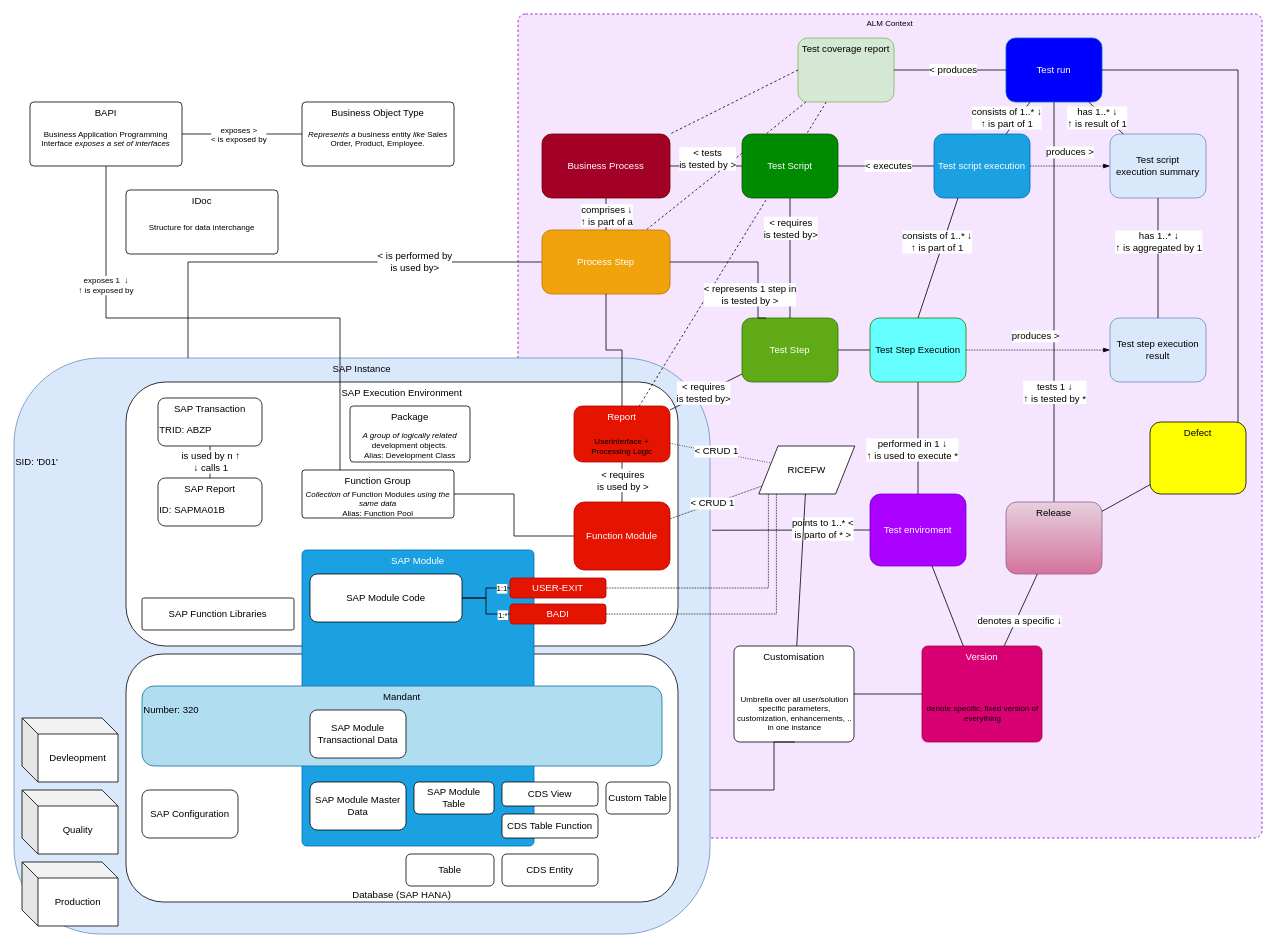
The draw.io diagram page "Overview" (1 of 2) of SAP-Information-Model.drawio in sp-christian/sap-information-model, before the edit. Source tidied: cells renumbered, new cells numbered last; positions are measured from the earlier drawing's top-left corner, leaving out a move shared by most shapes. Both pictures are drawn from the tidied source at 80%, with x=0, y=0 at pixel (14, 14).
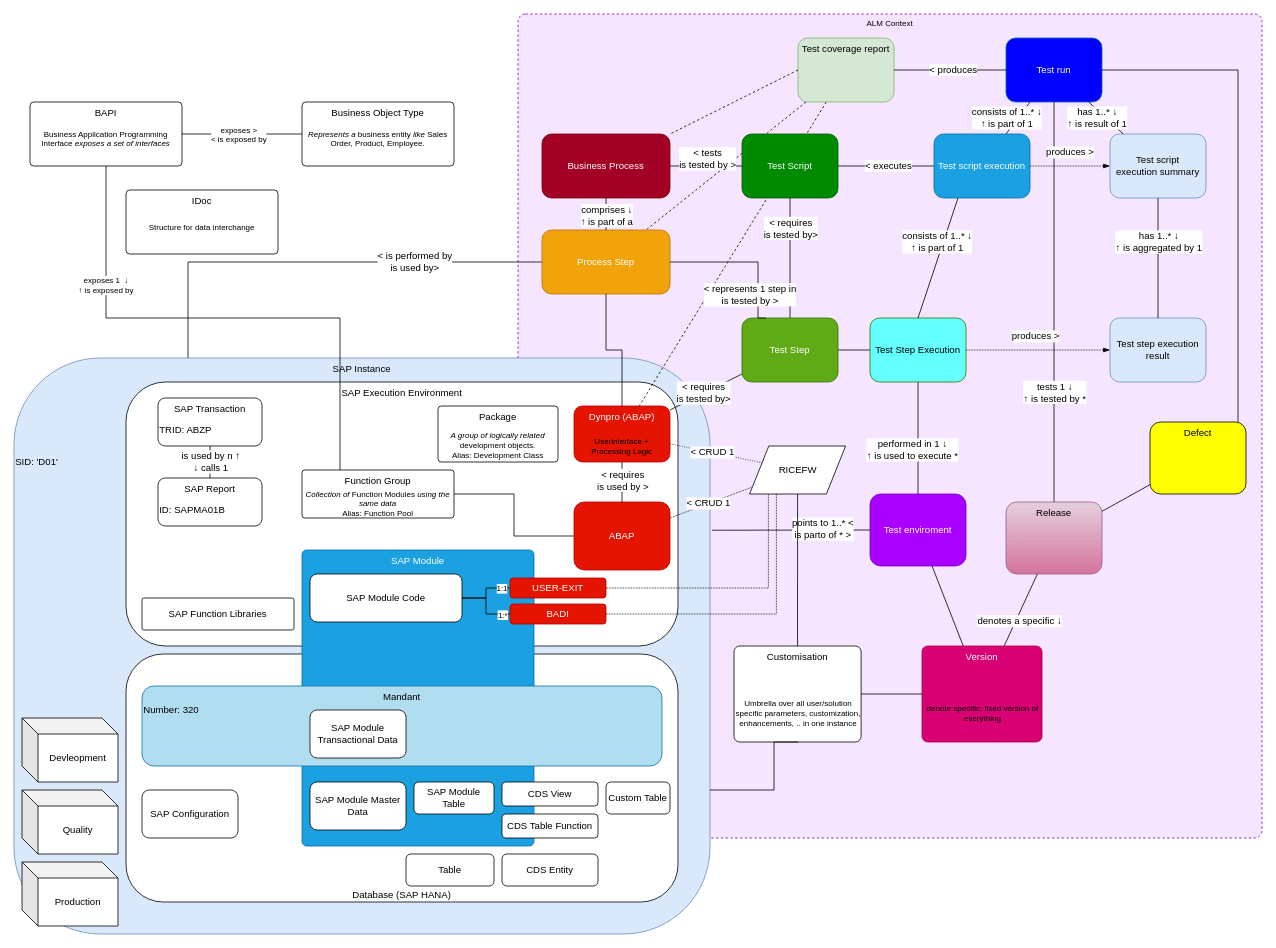
The same page after the edit.

Commit message (it also covers changes not shown here):
Separate ABAP code in categories: plain | Dynpro

Unchanged cells that the change refers to:
```xml
<mxCell id="89" style="group;" parent="1" vertex="1">
  <mxGeometry x="700" y="490" width="120" height="70" as="geometry" />
</mxCell>
```

Change to the diagram source:
```diff
@@
-    <mxCell id="64" value="Function Module" style="rounded=1;whiteSpace=wrap;html=1;fillColor=#e51400;strokeColor=#B20000;fontColor=#ffffff;" parent="1" vertex="1">
+    <mxCell id="64" value="&lt;div&gt;ABAP&lt;/div&gt;" style="rounded=1;whiteSpace=wrap;html=1;fillColor=#e51400;strokeColor=#B20000;fontColor=#ffffff;" parent="1" vertex="1">
       <mxGeometry x="700" y="610" width="120" height="85" as="geometry" />
     </mxCell>
@@
     <mxCell id="72" style="group;" parent="1" vertex="1">
-      <mxGeometry x="420" y="490" width="150" height="70" as="geometry" />
+      <mxGeometry x="530" y="490" width="150" height="70" as="geometry" />
     </mxCell>
@@
     <mxCell id="81" style="group;" parent="1" vertex="1">
-      <mxGeometry x="900" y="790" width="151" height="120" as="geometry" />
+      <mxGeometry x="900" y="790" width="160" height="120" as="geometry" />
     </mxCell>
     <mxCell id="82" value="Customisation" style="rounded=1;whiteSpace=wrap;html=1;arcSize=6;verticalAlign=top;" parent="81" vertex="1">
-      <mxGeometry width="150" height="120" as="geometry" />
+      <mxGeometry width="158.9" height="120" as="geometry" />
     </mxCell>
     <mxCell id="83" value="Umbrella over all user/solution specific parameters, customization, enhancements, .. in one instance" style="text;html=1;strokeColor=none;fillColor=none;align=center;verticalAlign=middle;whiteSpace=wrap;rounded=0;fontSize=10;" parent="81" vertex="1">
-      <mxGeometry x="1" y="48" width="150" height="72" as="geometry" />
+      <mxGeometry x="1.1" y="48" width="158.9" height="72" as="geometry" />
     </mxCell>
@@
-    <mxCell id="90" value="Report" style="rounded=1;whiteSpace=wrap;html=1;fillColor=#e51400;strokeColor=#B20000;fontColor=#ffffff;verticalAlign=top;" parent="89" vertex="1">
+    <mxCell id="90" value="Dynpro (ABAP)" style="rounded=1;whiteSpace=wrap;html=1;fillColor=#e51400;strokeColor=#B20000;fontColor=#ffffff;verticalAlign=top;" parent="89" vertex="1">
       <mxGeometry width="120" height="70" as="geometry" />
     </mxCell>
@@
     <mxCell id="126" value="RICEFW" style="shape=parallelogram;perimeter=parallelogramPerimeter;whiteSpace=wrap;html=1;" parent="1" vertex="1">
-      <mxGeometry x="931" y="540" width="120" height="60" as="geometry" />
+      <mxGeometry x="919.5" y="540" width="120" height="60" as="geometry" />
     </mxCell>
```
